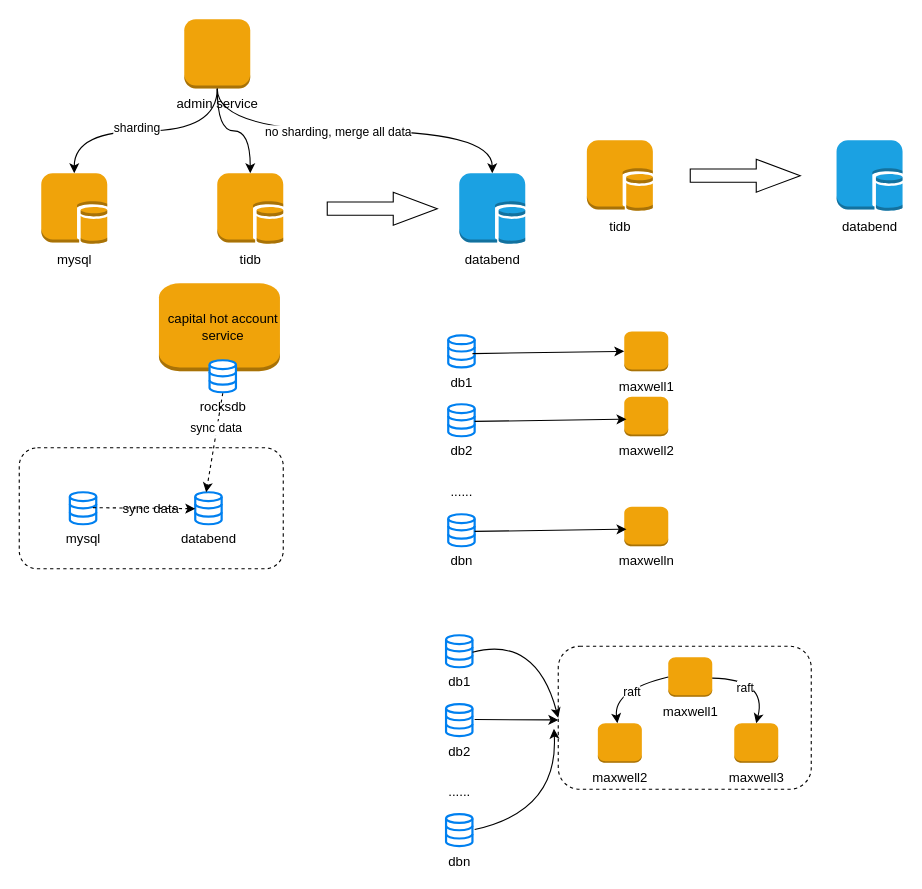
This is doc/migrate-to-databend.drawio from jackjoesh/databend, a draw.io file, before an edit. Source tidied: cells renumbered, new cells numbered last; positions are measured from the earlier drawing's top-left corner, leaving out a move shared by most shapes. Both pictures are drawn from the tidied source at 110%, with x=0, y=0 at pixel (19, 19).
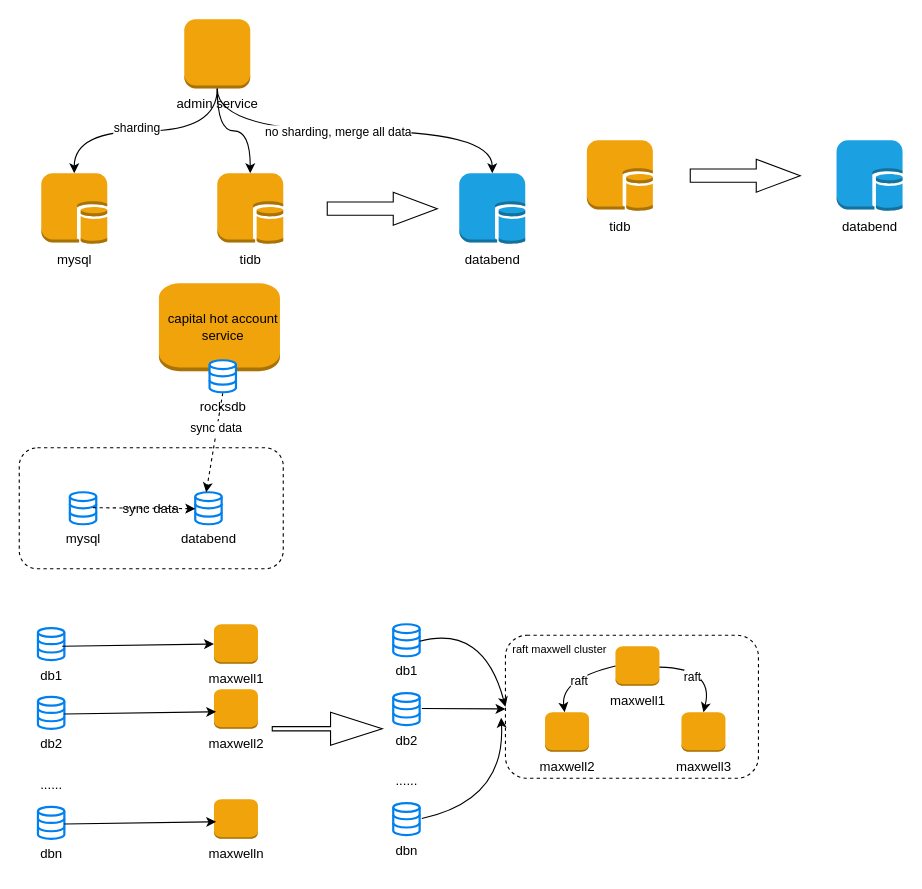
The same diagram, later.

What changed in the source:
```diff
@@
     <mxCell id="24" value="db1" style="html=1;verticalLabelPosition=bottom;align=center;labelBackgroundColor=#ffffff;verticalAlign=top;strokeWidth=2;strokeColor=#0080F0;shadow=0;dashed=0;shape=mxgraph.ios7.icons.data;" parent="1" vertex="1">
-      <mxGeometry x="390" y="287.4" width="24" height="29.1" as="geometry" />
+      <mxGeometry x="17" y="553.5" width="24" height="29.1" as="geometry" />
     </mxCell>
     <mxCell id="25" value="db2" style="html=1;verticalLabelPosition=bottom;align=center;labelBackgroundColor=#ffffff;verticalAlign=top;strokeWidth=2;strokeColor=#0080F0;shadow=0;dashed=0;shape=mxgraph.ios7.icons.data;" parent="1" vertex="1">
-      <mxGeometry x="390" y="350" width="24" height="29.1" as="geometry" />
+      <mxGeometry x="17" y="616" width="24" height="29.1" as="geometry" />
     </mxCell>
     <mxCell id="26" value="dbn" style="html=1;verticalLabelPosition=bottom;align=center;labelBackgroundColor=#ffffff;verticalAlign=top;strokeWidth=2;strokeColor=#0080F0;shadow=0;dashed=0;shape=mxgraph.ios7.icons.data;" parent="1" vertex="1">
-      <mxGeometry x="390" y="450" width="24" height="29.1" as="geometry" />
+      <mxGeometry x="17" y="716" width="24" height="29.1" as="geometry" />
     </mxCell>
     <mxCell id="27" value="......" style="text;html=1;align=center;verticalAlign=middle;strokeColor=none;fillColor=none;" parent="1" vertex="1">
-      <mxGeometry x="382" y="415" width="40" height="30" as="geometry" />
+      <mxGeometry x="9" y="681" width="40" height="30" as="geometry" />
     </mxCell>
     <mxCell id="28" value="maxwell1" style="outlineConnect=0;dashed=0;verticalLabelPosition=bottom;verticalAlign=top;align=center;html=1;shape=mxgraph.aws3.instance;fillColor=#f0a30a;fontColor=#000000;strokeColor=#BD7000;" parent="1" vertex="1">
-      <mxGeometry x="550" y="283.9" width="40" height="36" as="geometry" />
+      <mxGeometry x="177" y="550" width="40" height="36" as="geometry" />
     </mxCell>
     <mxCell id="29" value="maxwell2" style="dashed=0;verticalLabelPosition=bottom;verticalAlign=top;align=center;html=1;shape=mxgraph.aws3.instance;fillColor=#f0a30a;fontColor=#000000;strokeColor=#BD7000;" parent="1" vertex="1">
-      <mxGeometry x="550" y="343.1" width="40" height="36" as="geometry" />
+      <mxGeometry x="177" y="609.1" width="40" height="36" as="geometry" />
     </mxCell>
     <mxCell id="30" value="maxwelln" style="dashed=0;verticalLabelPosition=bottom;verticalAlign=top;align=center;html=1;shape=mxgraph.aws3.instance;fillColor=#f0a30a;fontColor=#000000;strokeColor=#BD7000;" parent="1" vertex="1">
-      <mxGeometry x="550" y="443.1" width="40" height="36" as="geometry" />
+      <mxGeometry x="177" y="709.1" width="40" height="36" as="geometry" />
     </mxCell>
@@
     <mxCell id="32" style="endArrow=classic;html=1;rounded=0;exitX=0.917;exitY=0.569;exitDx=0;exitDy=0;exitPerimeter=0;entryX=0;entryY=0.5;entryDx=0;entryDy=0;entryPerimeter=0;" parent="1" edge="1">
       <mxGeometry relative="1" as="geometry">
-        <mxPoint x="414" y="365.6" as="sourcePoint" />
-        <mxPoint x="552" y="363.6" as="targetPoint" />
+        <mxPoint x="41" y="631.6" as="sourcePoint" />
+        <mxPoint x="179" y="629.6" as="targetPoint" />
       </mxGeometry>
     </mxCell>
     <mxCell id="33" style="endArrow=classic;html=1;rounded=0;exitX=0.917;exitY=0.569;exitDx=0;exitDy=0;exitPerimeter=0;entryX=0;entryY=0.5;entryDx=0;entryDy=0;entryPerimeter=0;" parent="1" edge="1">
       <mxGeometry relative="1" as="geometry">
-        <mxPoint x="414" y="465.6" as="sourcePoint" />
-        <mxPoint x="552" y="463.6" as="targetPoint" />
+        <mxPoint x="41" y="731.6" as="sourcePoint" />
+        <mxPoint x="179" y="729.6" as="targetPoint" />
       </mxGeometry>
     </mxCell>
     <mxCell id="34" value="db1" style="html=1;verticalLabelPosition=bottom;align=center;labelBackgroundColor=#ffffff;verticalAlign=top;strokeWidth=2;strokeColor=#0080F0;shadow=0;dashed=0;shape=mxgraph.ios7.icons.data;" parent="1" vertex="1">
-      <mxGeometry x="388" y="560" width="24" height="29.1" as="geometry" />
+      <mxGeometry x="340" y="550" width="24" height="29.1" as="geometry" />
     </mxCell>
     <mxCell id="35" value="db2" style="html=1;verticalLabelPosition=bottom;align=center;labelBackgroundColor=#ffffff;verticalAlign=top;strokeWidth=2;strokeColor=#0080F0;shadow=0;dashed=0;shape=mxgraph.ios7.icons.data;" parent="1" vertex="1">
-      <mxGeometry x="388" y="622.6" width="24" height="29.1" as="geometry" />
+      <mxGeometry x="340" y="612.6" width="24" height="29.1" as="geometry" />
     </mxCell>
     <mxCell id="36" value="dbn" style="html=1;verticalLabelPosition=bottom;align=center;labelBackgroundColor=#ffffff;verticalAlign=top;strokeWidth=2;strokeColor=#0080F0;shadow=0;dashed=0;shape=mxgraph.ios7.icons.data;" parent="1" vertex="1">
-      <mxGeometry x="388" y="722.6" width="24" height="29.1" as="geometry" />
+      <mxGeometry x="340" y="712.6" width="24" height="29.1" as="geometry" />
     </mxCell>
     <mxCell id="37" value="......" style="text;html=1;align=center;verticalAlign=middle;strokeColor=none;fillColor=none;" parent="1" vertex="1">
-      <mxGeometry x="380" y="687.6" width="40" height="30" as="geometry" />
+      <mxGeometry x="332" y="677.6" width="40" height="30" as="geometry" />
     </mxCell>
     <mxCell id="38" style="rounded=1;whiteSpace=wrap;html=1;dashed=1;" parent="1" vertex="1">
-      <mxGeometry x="490" y="570" width="230" height="130" as="geometry" />
+      <mxGeometry x="442" y="560" width="230" height="130" as="geometry" />
     </mxCell>
     <mxCell id="39" value="maxwell1" style="outlineConnect=0;dashed=0;verticalLabelPosition=bottom;verticalAlign=top;align=center;html=1;shape=mxgraph.aws3.instance;fillColor=#f0a30a;fontColor=#000000;strokeColor=#BD7000;" parent="1" vertex="1">
-      <mxGeometry x="590" y="580" width="40" height="36" as="geometry" />
+      <mxGeometry x="542" y="570" width="40" height="36" as="geometry" />
     </mxCell>
     <mxCell id="40" value="maxwell2" style="outlineConnect=0;dashed=0;verticalLabelPosition=bottom;verticalAlign=top;align=center;html=1;shape=mxgraph.aws3.instance;fillColor=#f0a30a;fontColor=#000000;strokeColor=#BD7000;" parent="1" vertex="1">
-      <mxGeometry x="526" y="640" width="40" height="36" as="geometry" />
+      <mxGeometry x="478" y="630" width="40" height="36" as="geometry" />
     </mxCell>
     <mxCell id="41" value="maxwell3" style="outlineConnect=0;dashed=0;verticalLabelPosition=bottom;verticalAlign=top;align=center;html=1;shape=mxgraph.aws3.instance;fillColor=#f0a30a;fontColor=#000000;strokeColor=#BD7000;" parent="1" vertex="1">
-      <mxGeometry x="650" y="640" width="40" height="36" as="geometry" />
+      <mxGeometry x="602" y="630" width="40" height="36" as="geometry" />
     </mxCell>
     <mxCell id="42" style="endArrow=classic;html=1;exitX=0;exitY=0.5;exitDx=0;exitDy=0;exitPerimeter=0;curved=1;" parent="1" edge="1" source="39" target="40">
       <mxGeometry relative="1" as="geometry">
         <Array as="points">
-          <mxPoint x="540" y="610" />
+          <mxPoint x="492" y="600" />
         </Array>
       </mxGeometry>
     </mxCell>
@@
     <mxCell id="44" style="endArrow=classic;html=1;exitX=0.917;exitY=0.569;exitDx=0;exitDy=0;exitPerimeter=0;entryX=0.5;entryY=0;entryDx=0;entryDy=0;entryPerimeter=0;curved=1;" parent="1" edge="1" target="41">
       <mxGeometry relative="1" as="geometry">
-        <mxPoint x="630" y="599" as="sourcePoint" />
+        <mxPoint x="582" y="589" as="sourcePoint" />
         <Array as="points">
-          <mxPoint x="680" y="600" />
+          <mxPoint x="632" y="590" />
         </Array>
       </mxGeometry>
     </mxCell>
@@
     <mxCell id="46" style="endArrow=classic;html=1;exitX=0.917;exitY=0.569;exitDx=0;exitDy=0;exitPerimeter=0;entryX=0;entryY=0.5;entryDx=0;entryDy=0;curved=1;" parent="1" edge="1" target="38">
       <mxGeometry relative="1" as="geometry">
-        <mxPoint x="412" y="575.5" as="sourcePoint" />
+        <mxPoint x="364" y="565.5" as="sourcePoint" />
         <Array as="points">
-          <mxPoint x="470" y="560" />
+          <mxPoint x="422" y="550" />
         </Array>
       </mxGeometry>
     </mxCell>
     <mxCell id="47" style="endArrow=classic;html=1;rounded=0;exitX=0.917;exitY=0.569;exitDx=0;exitDy=0;exitPerimeter=0;" parent="1" edge="1">
       <mxGeometry relative="1" as="geometry">
-        <mxPoint x="414" y="636.6" as="sourcePoint" />
-        <mxPoint x="490" y="637" as="targetPoint" />
+        <mxPoint x="366" y="626.6" as="sourcePoint" />
+        <mxPoint x="442" y="627" as="targetPoint" />
       </mxGeometry>
     </mxCell>
     <mxCell id="48" style="endArrow=classic;html=1;exitX=0.917;exitY=0.569;exitDx=0;exitDy=0;exitPerimeter=0;entryX=-0.017;entryY=0.577;entryDx=0;entryDy=0;entryPerimeter=0;curved=1;" parent="1" edge="1" target="38">
       <mxGeometry relative="1" as="geometry">
-        <mxPoint x="414" y="736.6" as="sourcePoint" />
+        <mxPoint x="366" y="726.6" as="sourcePoint" />
         <Array as="points">
-          <mxPoint x="490" y="720" />
+          <mxPoint x="442" y="710" />
         </Array>
       </mxGeometry>
     </mxCell>
+    <mxCell id="49" style="html=1;shadow=0;dashed=0;align=center;verticalAlign=middle;shape=mxgraph.arrows2.arrow;dy=0.87;dx=47;notch=0;" parent="1" vertex="1">
+      <mxGeometry x="230" y="630" width="100" height="30" as="geometry" />
+    </mxCell>
+    <mxCell id="50" value="raft maxwell cluster" style="text;html=1;align=center;verticalAlign=middle;strokeColor=none;fillColor=none;fontSize=10;" parent="1" vertex="1">
+      <mxGeometry x="436" y="557.6" width="110" height="30" as="geometry" />
+    </mxCell>
```
